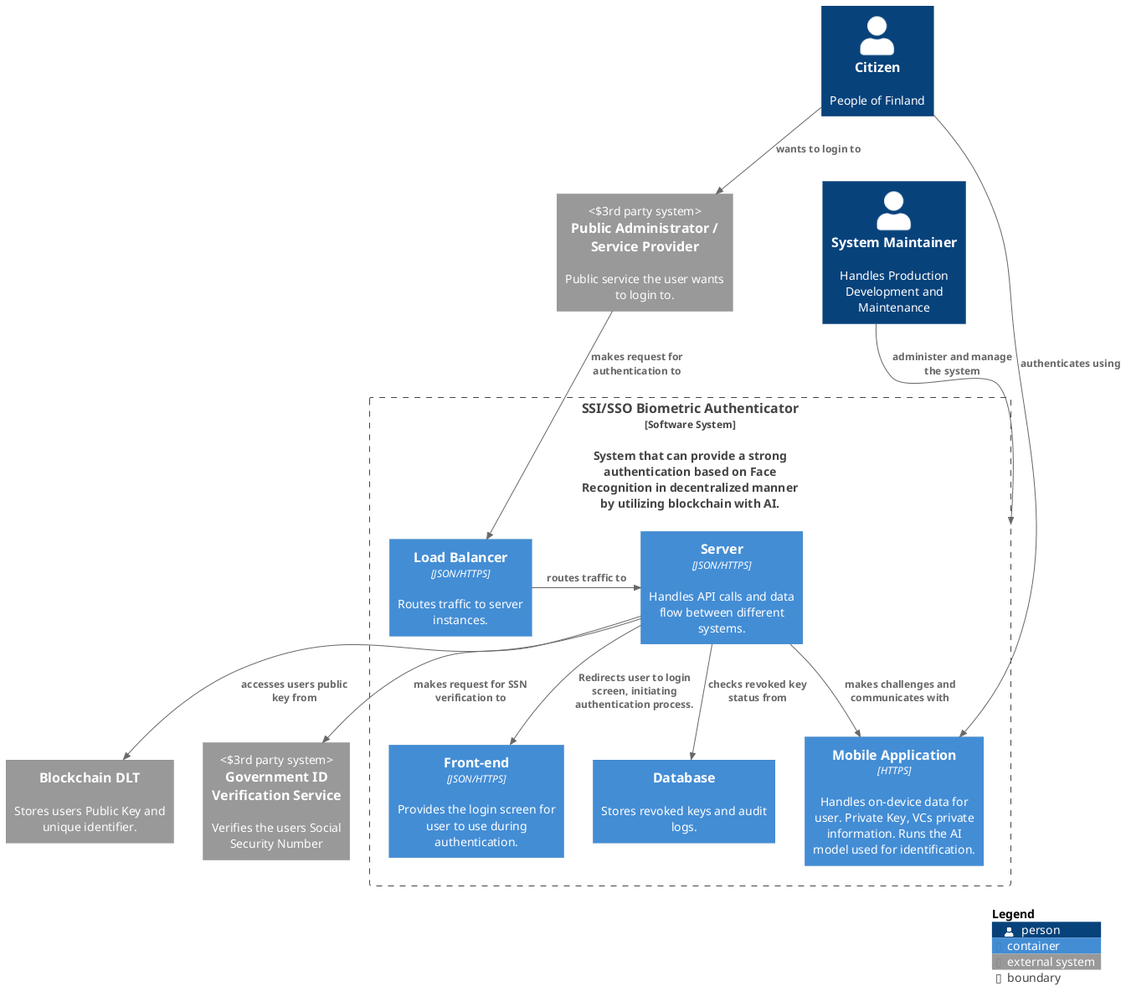
Earlier version of the PlantUML export images/Container.png (Dorfultariant/Architecture_Diagrams). Its diagram source:
```plantuml
@startuml
!include https://raw.githubusercontent.com/plantuml-stdlib/C4-PlantUML/master/C4_Container.puml

!NO_LAY_ROTATE=1

Person(citizens, "Citizen", "People of Finland")
Person(maintainer, "System Maintainer", "Handles Production Development and Maintenance")

System_Ext(blockchain, "Blockchain DLT", "Stores users Public Key and unique identifier.")
System_Ext(ext_pa, "Public Administrator / Service Provider", "Public service the user wants to login to. ", "3rd party system")
System_Ext(govidservice, "Government ID Verification Service", "Verifies the users Social Security Number", "3rd party system")

Boundary(useless_auth, "SSI/SSO Biometric Authenticator", "Software System", "", "", "System that can provide a strong authentication based on Face Recognition in decentralized manner by utilizing blockchain with AI.") {
    Container(backend, "Server", "JSON/HTTPS", "Handles API calls and data flow between different systems.")
    Container(lb, "Load Balancer", "JSON/HTTPS", "Routes traffic to server instances.")
    Container(frontend, "Front-end", "JSON/HTTPS", "Provides the login screen for user to use during authentication.")
    Container(db, "Database", "", "Stores revoked keys and audit logs.")
    Container(phoneapp, "Mobile Application", "HTTPS", "Handles on-device data for user. Private Key, VCs private information. Runs the AI model used for identification.")

    Rel(backend, phoneapp, "makes challenges and communicates with")
    Rel(backend, frontend, "Redirects user to login screen, initiating authentication process.")
}

Rel(maintainer, useless_auth, "administer and manage the system")
Rel(citizens, phoneapp, "authenticates using")
Rel(citizens, ext_pa, "wants to login to")
Rel(ext_pa, lb, "makes request for authentication to")
Rel_R(lb, backend, "routes traffic to")
Rel(backend, govidservice, "makes request for SSN verification to")
Rel(backend, blockchain, "accesses users public key from")
Rel(backend, db, "checks revoked key status from")

SHOW_LEGEND()

@enduml
```
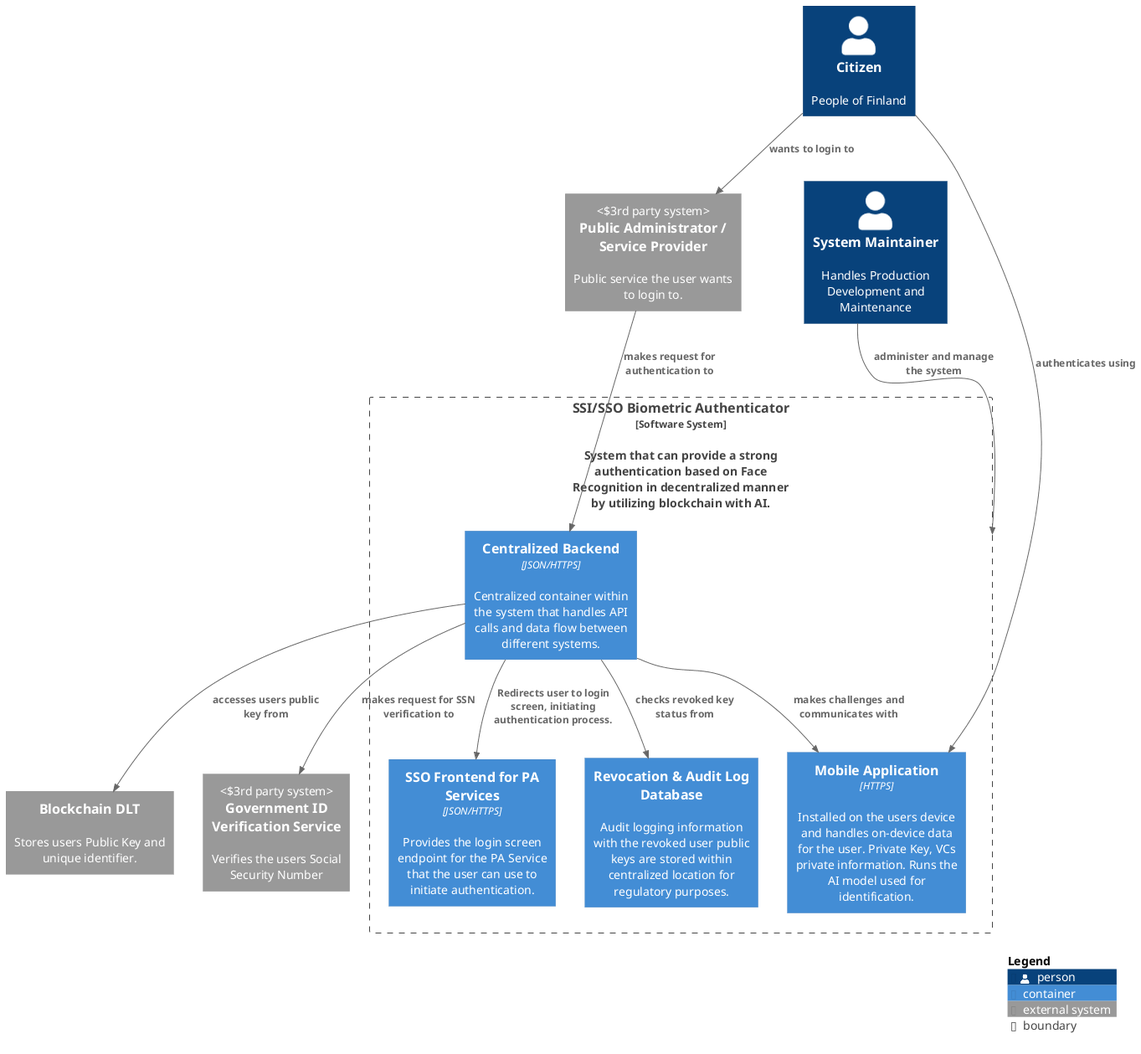
The same file after the commit.

Commit message:
Removed loadbalancer from the container images

The edit, as a diff of the source:
```diff
@@ -11,11 +11,10 @@
 System_Ext(govidservice, "Government ID Verification Service", "Verifies the users Social Security Number", "3rd party system")
 
 Boundary(useless_auth, "SSI/SSO Biometric Authenticator", "Software System", "", "", "System that can provide a strong authentication based on Face Recognition in decentralized manner by utilizing blockchain with AI.") {
-    Container(backend, "Server", "JSON/HTTPS", "Handles API calls and data flow between different systems.")
-    Container(lb, "Load Balancer", "JSON/HTTPS", "Routes traffic to server instances.")
-    Container(frontend, "Front-end", "JSON/HTTPS", "Provides the login screen for user to use during authentication.")
-    Container(db, "Database", "", "Stores revoked keys and audit logs.")
-    Container(phoneapp, "Mobile Application", "HTTPS", "Handles on-device data for user. Private Key, VCs private information. Runs the AI model used for identification.")
+    Container(backend, "Centralized Backend", "JSON/HTTPS", "Centralized container within the system that handles API calls and data flow between different systems.")
+    Container(frontend, "SSO Frontend for PA Services", "JSON/HTTPS", "Provides the login screen endpoint for the PA Service that the user can use to initiate authentication.")
+    Container(db, "Revocation & Audit Log Database", "", "Audit logging information with the revoked user public keys are stored within centralized location for regulatory purposes.")
+    Container(phoneapp, "Mobile Application", "HTTPS", "Installed on the users device and handles on-device data for the user. Private Key, VCs private information. Runs the AI model used for identification.")
 
     Rel(backend, phoneapp, "makes challenges and communicates with")
     Rel(backend, frontend, "Redirects user to login screen, initiating authentication process.")
@@ -24,8 +23,7 @@
 Rel(maintainer, useless_auth, "administer and manage the system")
 Rel(citizens, phoneapp, "authenticates using")
 Rel(citizens, ext_pa, "wants to login to")
-Rel(ext_pa, lb, "makes request for authentication to")
-Rel_R(lb, backend, "routes traffic to")
+Rel(ext_pa, backend, "makes request for authentication to")
 Rel(backend, govidservice, "makes request for SSN verification to")
 Rel(backend, blockchain, "accesses users public key from")
 Rel(backend, db, "checks revoked key status from")
```
